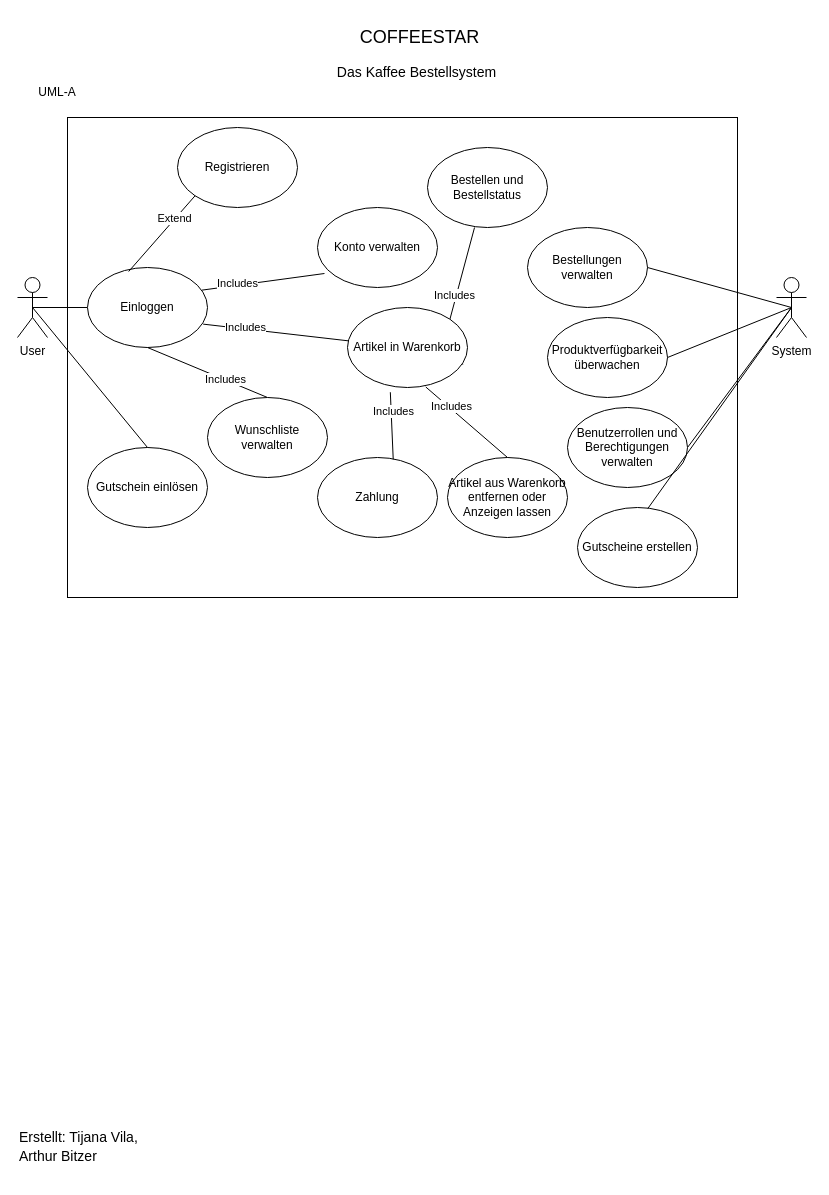
Before: CoffeeStar-Planung/CoffeeStar-UML-A.drawio in TVil23/CoffeeStar, a draw.io diagram. Source tidied: cells renumbered, new cells numbered last; positions are measured from the earlier drawing's top-left corner, leaving out a move shared by most shapes. Both pictures are drawn from the tidied source at 100%, with x=0, y=0 at pixel (17, 17).
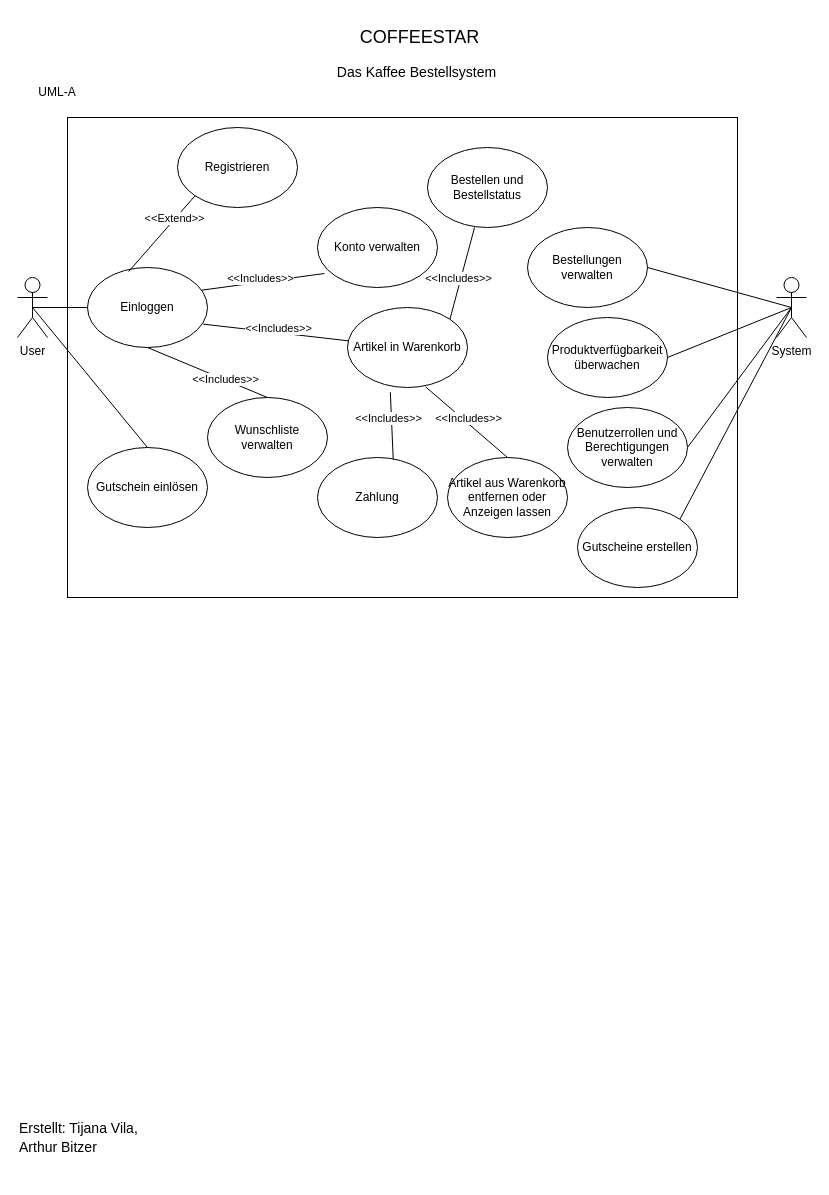
The same diagram, later.

Unchanged cells that the change refers to:
```xml
<mxCell id="5" value="System" style="shape=umlActor;verticalLabelPosition=bottom;verticalAlign=top;html=1;outlineConnect=0;" parent="1" vertex="1">
  <mxGeometry x="759" y="260" width="30" height="60" as="geometry" />
</mxCell>
<mxCell id="13" style="rounded=0;jettySize=auto;html=1;exitX=0.5;exitY=0;exitDx=0;exitDy=0;entryX=0.5;entryY=1;entryDx=0;entryDy=0;endArrow=none;endFill=0;startArrow=none;" parent="1" edge="1" source="23" target="7">
  <mxGeometry relative="1" as="geometry" />
</mxCell>
<mxCell id="22" value="Gutscheine erstellen" style="ellipse;whiteSpace=wrap;html=1;" parent="1" vertex="1">
  <mxGeometry x="560" y="490" width="120" height="80" as="geometry" />
</mxCell>
<mxCell id="29" style="rounded=0;jettySize=auto;html=1;exitX=0;exitY=1;exitDx=0;exitDy=0;entryX=0.343;entryY=0.05;entryDx=0;entryDy=0;endArrow=none;endFill=0;startArrow=none;entryPerimeter=0;" parent="1" edge="1" source="6" target="7">
  <mxGeometry relative="1" as="geometry" />
</mxCell>
<mxCell id="31" style="rounded=0;jettySize=auto;html=1;exitX=0.652;exitY=0.993;exitDx=0;exitDy=0;endArrow=none;endFill=0;entryX=0.5;entryY=0;entryDx=0;entryDy=0;exitPerimeter=0;" parent="1" edge="1" source="39" target="15">
  <mxGeometry relative="1" as="geometry" />
</mxCell>
<mxCell id="34" style="rounded=0;jettySize=auto;html=1;exitX=0.357;exitY=1.059;exitDx=0;exitDy=0;endArrow=none;endFill=0;entryX=0.631;entryY=0.023;entryDx=0;entryDy=0;exitPerimeter=0;entryPerimeter=0;" parent="1" edge="1" source="39" target="16">
  <mxGeometry relative="1" as="geometry" />
</mxCell>
<mxCell id="37" style="rounded=0;jettySize=auto;html=1;exitX=0.954;exitY=0.283;exitDx=0;exitDy=0;endArrow=none;endFill=0;exitPerimeter=0;entryX=0.058;entryY=0.825;entryDx=0;entryDy=0;entryPerimeter=0;" parent="1" edge="1" source="7" target="28">
  <mxGeometry relative="1" as="geometry" />
</mxCell>
<mxCell id="40" style="rounded=0;jettySize=auto;html=1;exitX=0.964;exitY=0.708;exitDx=0;exitDy=0;endArrow=none;endFill=0;exitPerimeter=0;" parent="1" edge="1" source="7" target="39">
  <mxGeometry relative="1" as="geometry" />
</mxCell>
```

Diff of the diagram source:
```diff
@@
     <mxCell id="8" value="&lt;p style=&quot;line-height: 130%; font-size: 14px;&quot;&gt;Erstellt: Tijana Vila, Arthur Bitzer&lt;br&gt;&lt;/p&gt;" style="text;html=1;align=left;verticalAlign=middle;whiteSpace=wrap;rounded=0;" parent="1" vertex="1">
-      <mxGeometry y="1099" width="146" height="60" as="geometry" />
+      <mxGeometry y="1090" width="146" height="60" as="geometry" />
     </mxCell>
@@
-    <mxCell id="14" value="Includes" style="edgeLabel;html=1;align=center;verticalAlign=middle;" parent="13" vertex="1">
+    <mxCell id="14" value="&amp;lt;&amp;lt;Includes&amp;gt;&amp;gt;" style="edgeLabel;html=1;align=center;verticalAlign=middle;" parent="13" vertex="1">
       <mxGeometry x="-0.28" y="-1" relative="1" as="geometry" />
     </mxCell>
@@
-    <mxCell id="25" style="rounded=0;jettySize=auto;html=1;exitX=0.5;exitY=0.5;exitDx=0;exitDy=0;exitPerimeter=0;entryX=0.586;entryY=0.013;entryDx=0;entryDy=0;endArrow=none;endFill=0;entryPerimeter=0;" parent="1" edge="1" source="5" target="22">
+    <mxCell id="25" style="rounded=0;jettySize=auto;html=1;exitX=0.5;exitY=0.5;exitDx=0;exitDy=0;exitPerimeter=0;entryX=1;entryY=0;entryDx=0;entryDy=0;endArrow=none;endFill=0;" parent="1" edge="1" source="5" target="22">
       <mxGeometry relative="1" as="geometry" />
     </mxCell>
@@
-    <mxCell id="30" value="Extend" style="edgeLabel;html=1;align=center;verticalAlign=middle;" parent="29" vertex="1">
+    <mxCell id="30" value="&amp;lt;&amp;lt;Extend&amp;gt;&amp;gt;" style="edgeLabel;html=1;align=center;verticalAlign=middle;" parent="29" vertex="1">
       <mxGeometry x="-0.38" y="-1" relative="1" as="geometry" />
     </mxCell>
@@
-    <mxCell id="32" value="Includes" style="edgeLabel;html=1;align=center;verticalAlign=middle;" parent="31" vertex="1">
-      <mxGeometry x="-0.42" y="2" relative="1" as="geometry" />
-    </mxCell>
@@
-    <mxCell id="35" value="Includes" style="edgeLabel;html=1;align=center;verticalAlign=middle;" parent="34" vertex="1">
-      <mxGeometry x="-0.42" y="2" relative="1" as="geometry" />
-    </mxCell>
@@
-    <mxCell id="38" value="Includes" style="edgeLabel;html=1;align=center;verticalAlign=middle;" parent="37" vertex="1">
-      <mxGeometry x="-0.42" y="2" relative="1" as="geometry" />
-    </mxCell>
@@
-    <mxCell id="41" value="Includes" style="edgeLabel;html=1;align=center;verticalAlign=middle;" parent="40" vertex="1">
-      <mxGeometry x="-0.42" y="2" relative="1" as="geometry" />
-    </mxCell>
-    <mxCell id="42" value="Includes" style="edgeLabel;html=1;align=center;verticalAlign=middle;" parent="1" vertex="1">
-      <mxGeometry x="420" y="370" as="geometry">
-        <mxPoint x="16" y="-93" as="offset" />
-      </mxGeometry>
-    </mxCell>
+    <mxCell id="43" value="&amp;lt;&amp;lt;Includes&amp;gt;&amp;gt;" style="edgeLabel;html=1;align=center;verticalAlign=middle;" parent="1" vertex="1">
+      <mxGeometry x="260" y="310" as="geometry" />
+    </mxCell>
+    <mxCell id="44" value="&amp;lt;&amp;lt;Includes&amp;gt;&amp;gt;" style="edgeLabel;html=1;align=center;verticalAlign=middle;" parent="1" vertex="1">
+      <mxGeometry x="242.8" y="260" as="geometry" />
+    </mxCell>
+    <mxCell id="45" value="&amp;lt;&amp;lt;Includes&amp;gt;&amp;gt;" style="edgeLabel;html=1;align=center;verticalAlign=middle;" parent="1" vertex="1">
+      <mxGeometry x="440" y="260" as="geometry" />
+    </mxCell>
+    <mxCell id="46" value="&amp;lt;&amp;lt;Includes&amp;gt;&amp;gt;" style="edgeLabel;html=1;align=center;verticalAlign=middle;" parent="1" vertex="1">
+      <mxGeometry x="450" y="400" as="geometry" />
+    </mxCell>
+    <mxCell id="47" value="&amp;lt;&amp;lt;Includes&amp;gt;&amp;gt;" style="edgeLabel;html=1;align=center;verticalAlign=middle;" parent="1" vertex="1">
+      <mxGeometry x="370" y="400" as="geometry" />
+    </mxCell>
```
